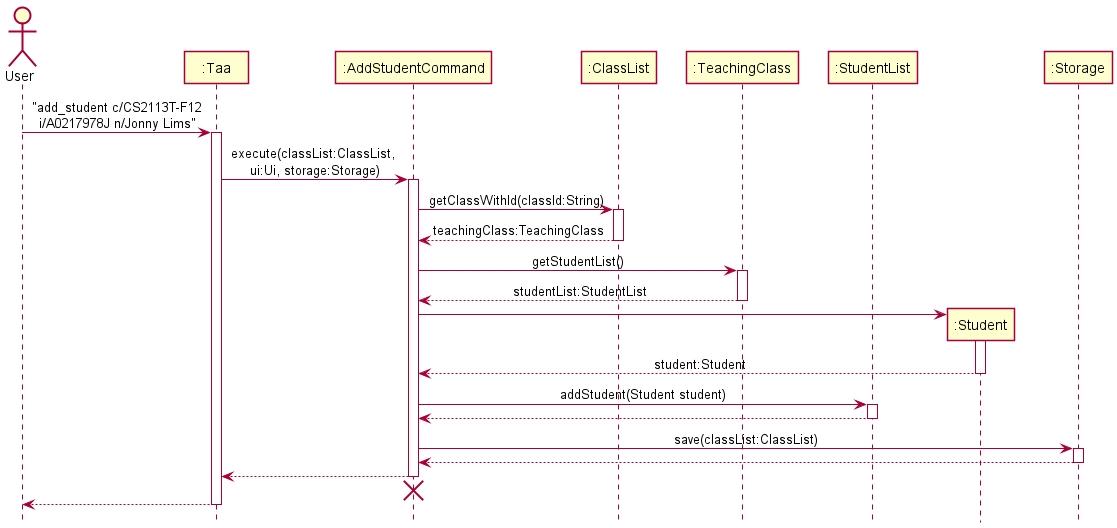
This is docs/diagrams/sequence/AddStudentSequenceDiagram.png from nus-cs2113-AY2122S1/tp, a PlantUML export, as it was before one commit.
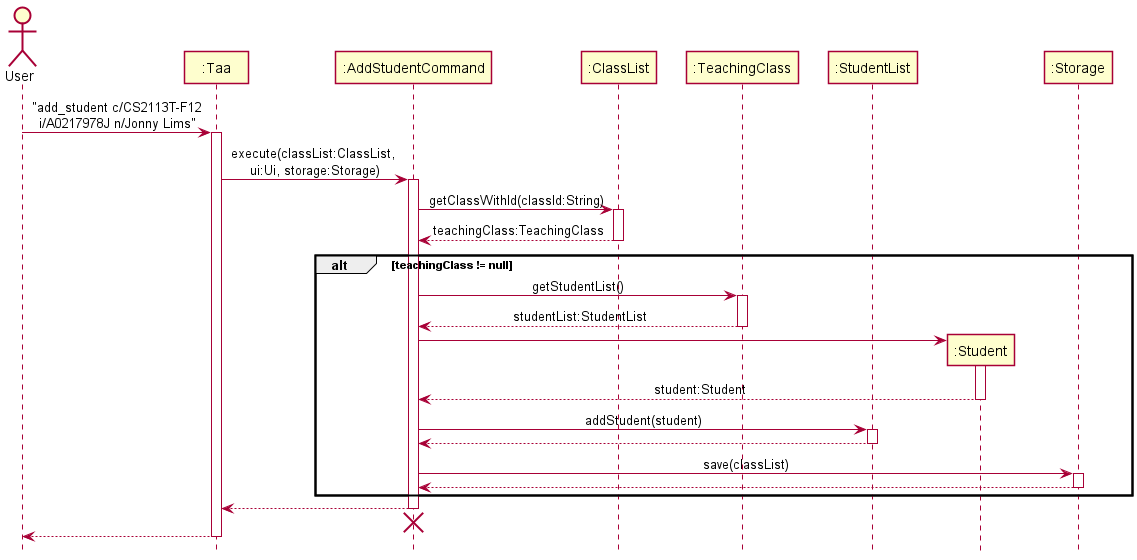
After the commit.

What changed in the source:
```diff
@@ -21,6 +21,7 @@
 classList --> addStudentCommand : teachingClass:TeachingClass
 deactivate classList
 
+alt teachingClass != null
 addStudentCommand -> teachingClass : getStudentList()
 activate teachingClass
 teachingClass --> addStudentCommand : studentList:StudentList
@@ -32,15 +33,16 @@
 student --> addStudentCommand : student:Student
 deactivate student
 
-addStudentCommand -> studentList : addStudent(Student student)
+addStudentCommand -> studentList : addStudent(student)
 activate studentList
 studentList --> addStudentCommand
 deactivate studentList
 
-addStudentCommand -> storage : save(classList:ClassList)
+addStudentCommand -> storage : save(classList)
 activate storage
 storage --> addStudentCommand
 deactivate storage
+end
 
 addStudentCommand --> taa
 deactivate addStudentCommand
```
